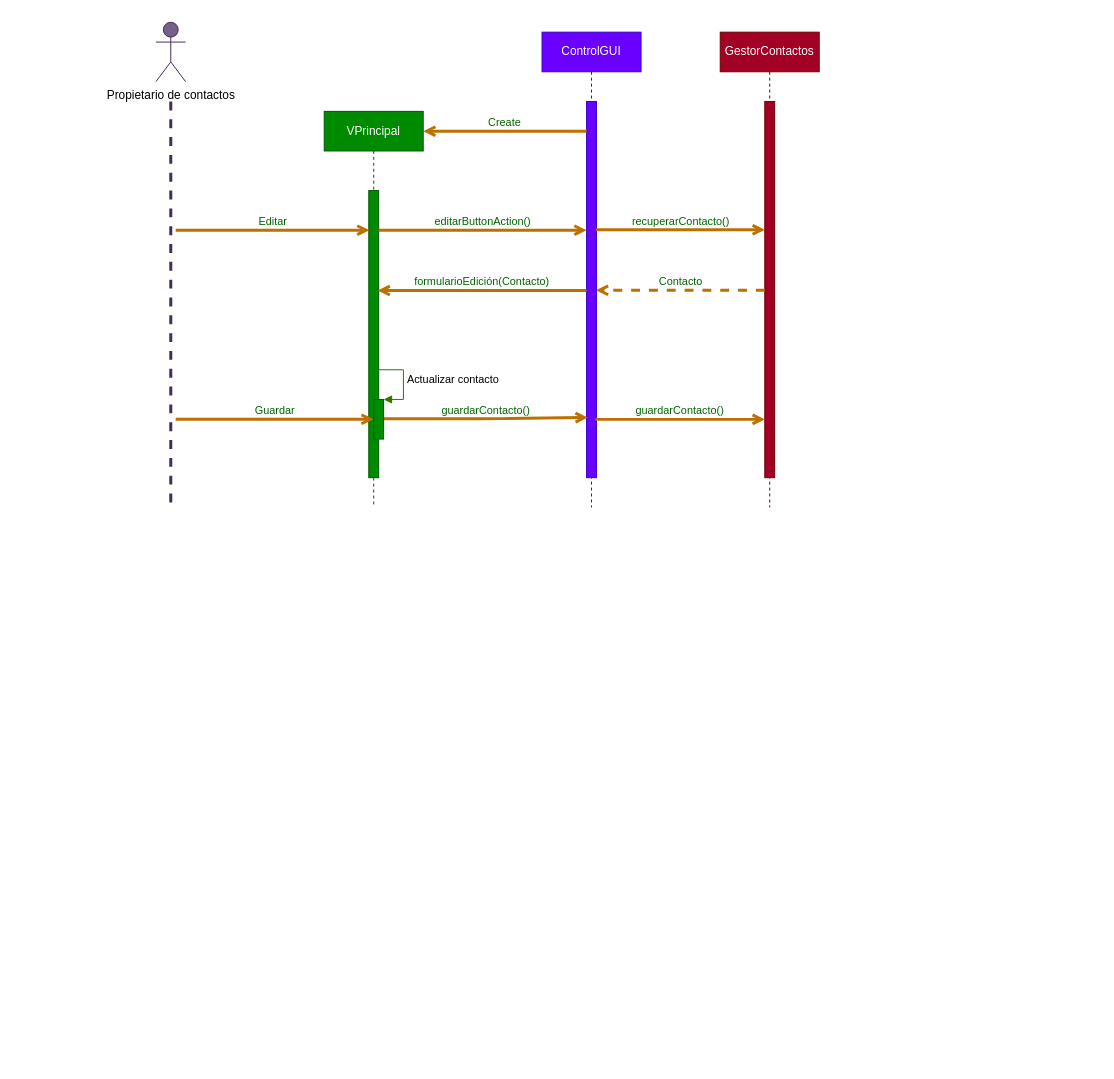
Before: diagramas/diagramas de secuencia/secuenciaC2_Editar.drawio in JuanCarlosGarciaZepeda/SmartScheduler, a draw.io diagram. Source tidied: cells renumbered, new cells numbered last; positions are measured from the earlier drawing's top-left corner, leaving out a move shared by most shapes. Both pictures are drawn from the tidied source at 99%, with x=0, y=0 at pixel (155, 22).
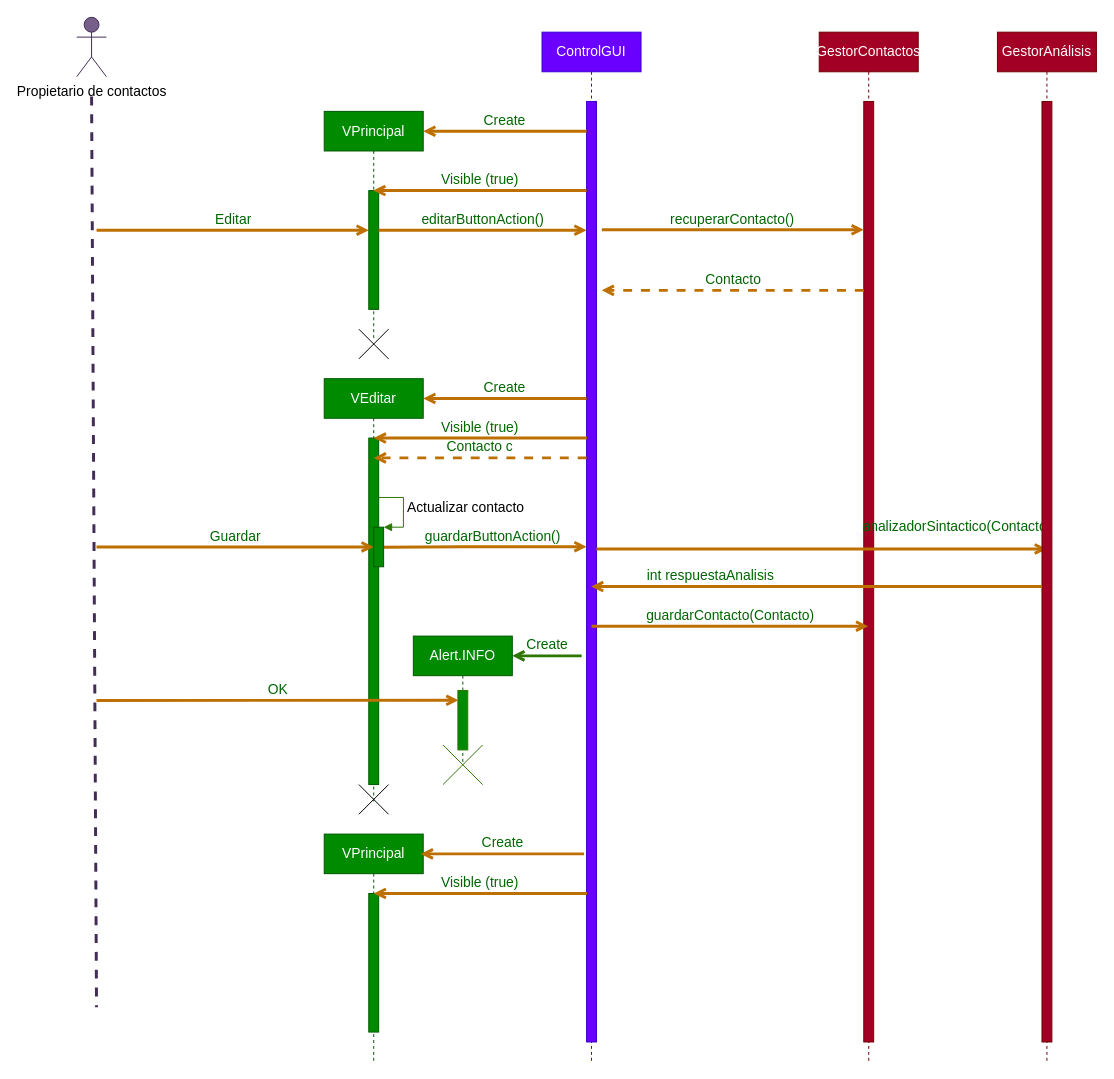
The same page after the edit.

The edit, as a diff of the source:
```diff
@@
-    <mxCell id="2" value="Propietario de contactos" style="shape=umlActor;verticalLabelPosition=bottom;verticalAlign=top;html=1;fillColor=#76608a;strokeColor=#432D57;fontColor=#000000;" parent="1" vertex="1">
-      <mxGeometry width="30" height="60" as="geometry" />
+    <mxCell id="2" value="Propietario de contactos" style="shape=umlActor;verticalLabelPosition=bottom;verticalAlign=top;html=1;fillColor=#76608a;strokeColor=#432D57;fontColor=#000000;fontSize=14;" parent="1" vertex="1">
+      <mxGeometry x="-80" y="-5" width="30" height="60" as="geometry" />
     </mxCell>
-    <mxCell id="3" style="endArrow=none;startArrow=none;endFill=0;startFill=0;endSize=8;html=1;verticalAlign=bottom;labelBackgroundColor=none;strokeWidth=3;fillColor=#76608a;strokeColor=#432D57;dashed=1;" parent="1" edge="1">
+    <mxCell id="3" style="endArrow=none;startArrow=none;endFill=0;startFill=0;endSize=8;html=1;verticalAlign=bottom;labelBackgroundColor=none;strokeWidth=3;fillColor=#76608a;strokeColor=#432D57;dashed=1;fontSize=14;" parent="1" edge="1">
       <mxGeometry relative="1" as="geometry">
-        <mxPoint x="15" y="80" as="sourcePoint" />
-        <mxPoint x="15" y="490" as="targetPoint" />
+        <mxPoint x="-65" y="75" as="sourcePoint" />
+        <mxPoint x="-60" y="995" as="targetPoint" />
       </mxGeometry>
     </mxCell>
-    <mxCell id="4" value="VPrincipal" style="shape=umlLifeline;perimeter=lifelinePerimeter;whiteSpace=wrap;html=1;outlineConnect=0;fillColor=#008a00;strokeColor=#005700;fontColor=#ffffff;" parent="1" vertex="1">
-      <mxGeometry x="170" y="90" width="100" height="400" as="geometry" />
+    <mxCell id="4" value="VPrincipal" style="shape=umlLifeline;perimeter=lifelinePerimeter;whiteSpace=wrap;html=1;outlineConnect=0;fillColor=#008a00;strokeColor=#005700;fontColor=#ffffff;fontSize=14;" parent="1" vertex="1">
+      <mxGeometry x="170" y="90" width="100" height="230" as="geometry" />
     </mxCell>
-    <mxCell id="5" style="html=1;points=[];perimeter=orthogonalPerimeter;fillColor=#008a00;strokeColor=#005700;fontColor=#ffffff;" parent="4" vertex="1">
-      <mxGeometry x="45" y="80" width="10" height="290" as="geometry" />
+    <mxCell id="5" style="html=1;points=[];perimeter=orthogonalPerimeter;fillColor=#008a00;strokeColor=#005700;fontColor=#ffffff;fontSize=14;" parent="4" vertex="1">
+      <mxGeometry x="45" y="80" width="10" height="120" as="geometry" />
     </mxCell>
-    <mxCell id="6" value="ControlGUI" style="shape=umlLifeline;perimeter=lifelinePerimeter;whiteSpace=wrap;html=1;outlineConnect=0;strokeColor=#3700CC;fillColor=#6a00ff;fontColor=#ffffff;" parent="1" vertex="1">
-      <mxGeometry x="390" y="10" width="100" height="480" as="geometry" />
+    <mxCell id="6" value="ControlGUI" style="shape=umlLifeline;perimeter=lifelinePerimeter;whiteSpace=wrap;html=1;outlineConnect=0;strokeColor=#3700CC;fillColor=#6a00ff;fontColor=#ffffff;fontSize=14;" parent="1" vertex="1">
+      <mxGeometry x="390" y="10" width="100" height="1040" as="geometry" />
     </mxCell>
-    <mxCell id="7" style="html=1;points=[];perimeter=orthogonalPerimeter;fillColor=#6a00ff;strokeColor=#3700CC;fontColor=#ffffff;" parent="6" vertex="1">
-      <mxGeometry x="45" y="70" width="10" height="380" as="geometry" />
+    <mxCell id="7" style="html=1;points=[];perimeter=orthogonalPerimeter;fillColor=#6a00ff;strokeColor=#3700CC;fontColor=#ffffff;fontSize=14;" parent="6" vertex="1">
+      <mxGeometry x="45" y="70" width="10" height="950" as="geometry" />
     </mxCell>
-    <mxCell id="8" value="GestorContactos" style="shape=umlLifeline;perimeter=lifelinePerimeter;whiteSpace=wrap;html=1;outlineConnect=0;fillColor=#a20025;strokeColor=#6F0000;fontColor=#ffffff;" parent="1" vertex="1">
-      <mxGeometry x="570" y="10" width="100" height="480" as="geometry" />
+    <mxCell id="8" value="GestorContactos" style="shape=umlLifeline;perimeter=lifelinePerimeter;whiteSpace=wrap;html=1;outlineConnect=0;fillColor=#a20025;strokeColor=#6F0000;fontColor=#ffffff;fontSize=14;" parent="1" vertex="1">
+      <mxGeometry x="670" y="10" width="100" height="1040" as="geometry" />
     </mxCell>
-    <mxCell id="9" style="html=1;points=[];perimeter=orthogonalPerimeter;fillColor=#a20025;strokeColor=#6F0000;fontColor=#ffffff;" parent="8" vertex="1">
-      <mxGeometry x="45" y="70" width="10" height="380" as="geometry" />
+    <mxCell id="9" style="html=1;points=[];perimeter=orthogonalPerimeter;fillColor=#a20025;strokeColor=#6F0000;fontColor=#ffffff;fontSize=14;" parent="8" vertex="1">
+      <mxGeometry x="45" y="70" width="10" height="950" as="geometry" />
     </mxCell>
-    <mxCell id="10" value="Editar" style="html=1;verticalAlign=bottom;labelBackgroundColor=none;endArrow=open;endFill=0;fontColor=#006600;strokeWidth=3;fillColor=#f0a30a;strokeColor=#BD7000;entryX=0.067;entryY=0.138;entryDx=0;entryDy=0;entryPerimeter=0;" parent="1" edge="1" target="5">
+    <mxCell id="10" value="Editar" style="html=1;verticalAlign=bottom;labelBackgroundColor=none;endArrow=open;endFill=0;fontColor=#006600;strokeWidth=3;fillColor=#f0a30a;strokeColor=#BD7000;fontSize=14;" parent="1" edge="1" target="5">
       <mxGeometry relative="1" as="geometry">
-        <mxPoint x="20" y="210" as="sourcePoint" />
+        <mxPoint x="-60" y="210" as="sourcePoint" />
       </mxGeometry>
     </mxCell>
-    <mxCell id="11" value="guardarContacto()" style="html=1;verticalAlign=bottom;labelBackgroundColor=none;endArrow=open;endFill=0;fontColor=#006600;strokeWidth=3;fillColor=#f0a30a;strokeColor=#BD7000;entryX=0.114;entryY=0.84;entryDx=0;entryDy=0;entryPerimeter=0;" parent="1" edge="1" target="7">
-      <mxGeometry relative="1" as="geometry">
-        <mxPoint x="230" y="400.5" as="sourcePoint" />
+    <mxCell id="11" value="guardarButtonAction()" style="html=1;verticalAlign=bottom;labelBackgroundColor=none;endArrow=open;endFill=0;fontColor=#006600;strokeWidth=3;fillColor=#f0a30a;strokeColor=#BD7000;fontSize=14;" parent="1" edge="1">
+      <mxGeometry x="0.07" relative="1" as="geometry">
+        <mxPoint x="230" y="530.2" as="sourcePoint" />
+        <mxPoint x="435" y="529.7" as="targetPoint" />
         <Array as="points">
-          <mxPoint x="340" y="400.5" />
+          <mxPoint x="320" y="529.7" />
         </Array>
       </mxGeometry>
     </mxCell>
-    <mxCell id="12" value="Create" style="html=1;verticalAlign=bottom;labelBackgroundColor=none;endArrow=open;endFill=0;fontColor=#006600;strokeWidth=3;fillColor=#f0a30a;strokeColor=#BD7000;" parent="1" edge="1" source="7">
+    <mxCell id="12" value="Create" style="html=1;verticalAlign=bottom;labelBackgroundColor=none;endArrow=open;endFill=0;fontColor=#006600;strokeWidth=3;fillColor=#f0a30a;strokeColor=#BD7000;fontSize=14;" parent="1" edge="1" source="7">
       <mxGeometry relative="1" as="geometry">
         <mxPoint x="270" y="110" as="targetPoint" />
       </mxGeometry>
     </mxCell>
-    <mxCell id="13" value="formularioEdición(Contacto)" style="html=1;verticalAlign=bottom;labelBackgroundColor=none;endArrow=open;endFill=0;fontColor=#006600;strokeWidth=3;fillColor=#f0a30a;strokeColor=#BD7000;" parent="1" edge="1" source="7">
-      <mxGeometry relative="1" as="geometry">
-        <mxPoint x="224" y="271" as="targetPoint" />
-        <Array as="points">
-          <mxPoint x="360" y="271" />
-        </Array>
-      </mxGeometry>
-    </mxCell>
-    <mxCell id="14" value="recuperarContacto()" style="html=1;verticalAlign=bottom;labelBackgroundColor=none;endArrow=open;endFill=0;fontColor=#006600;strokeWidth=3;fillColor=#f0a30a;strokeColor=#BD7000;exitX=0.95;exitY=0.341;exitDx=0;exitDy=0;exitPerimeter=0;" parent="1" edge="1" source="7" target="9">
-      <mxGeometry relative="1" as="geometry" />
+    <mxCell id="14" value="recuperarContacto()" style="html=1;verticalAlign=bottom;labelBackgroundColor=none;endArrow=open;endFill=0;fontColor=#006600;strokeWidth=3;fillColor=#f0a30a;strokeColor=#BD7000;exitX=0.95;exitY=0.341;exitDx=0;exitDy=0;exitPerimeter=0;fontSize=14;" parent="1" edge="1" target="9">
+      <mxGeometry relative="1" as="geometry">
+        <mxPoint x="450.4" y="209.6" as="sourcePoint" />
+      </mxGeometry>
     </mxCell>
-    <mxCell id="15" value="Guardar" style="html=1;verticalAlign=bottom;labelBackgroundColor=none;endArrow=open;endFill=0;fontColor=#006600;strokeWidth=3;fillColor=#f0a30a;strokeColor=#BD7000;" parent="1" edge="1" target="19">
-      <mxGeometry relative="1" as="geometry">
-        <mxPoint x="20" y="401" as="sourcePoint" />
-      </mxGeometry>
-    </mxCell>
-    <mxCell id="16" value="editarButtonAction()" style="html=1;verticalAlign=bottom;labelBackgroundColor=none;endArrow=open;endFill=0;fontColor=#006600;strokeWidth=3;fillColor=#f0a30a;strokeColor=#BD7000;" parent="1" edge="1" source="5" target="7">
+    <mxCell id="16" value="editarButtonAction()" style="html=1;verticalAlign=bottom;labelBackgroundColor=none;endArrow=open;endFill=0;fontColor=#006600;strokeWidth=3;fillColor=#f0a30a;strokeColor=#BD7000;fontSize=14;" parent="1" edge="1" source="5" target="7">
       <mxGeometry relative="1" as="geometry">
         <Array as="points">
           <mxPoint x="350" y="210" />
         </Array>
       </mxGeometry>
     </mxCell>
-    <mxCell id="17" value="guardarContacto()" style="html=1;verticalAlign=bottom;labelBackgroundColor=none;endArrow=open;endFill=0;fontColor=#006600;strokeWidth=3;fillColor=#f0a30a;strokeColor=#BD7000;exitX=0.914;exitY=0.845;exitDx=0;exitDy=0;exitPerimeter=0;" parent="1" edge="1" source="7" target="9">
-      <mxGeometry relative="1" as="geometry" />
+    <mxCell id="17" value="analizadorSintactico(Contacto)" style="html=1;verticalAlign=bottom;labelBackgroundColor=none;endArrow=open;endFill=0;fontColor=#006600;strokeWidth=3;fillColor=#f0a30a;strokeColor=#BD7000;fontSize=14;" parent="1" edge="1" source="7">
+      <mxGeometry x="0.6" y="12" relative="1" as="geometry">
+        <mxPoint x="900" y="532" as="targetPoint" />
+      </mxGeometry>
     </mxCell>
-    <mxCell id="18" value="Contacto" style="html=1;verticalAlign=bottom;labelBackgroundColor=none;endArrow=open;endFill=0;fontColor=#006600;strokeWidth=3;fillColor=#f0a30a;strokeColor=#BD7000;dashed=1;entryX=0.948;entryY=0.502;entryDx=0;entryDy=0;entryPerimeter=0;" parent="1" edge="1" source="9" target="7">
-      <mxGeometry relative="1" as="geometry" />
+    <mxCell id="18" value="Contacto" style="html=1;verticalAlign=bottom;labelBackgroundColor=none;endArrow=open;endFill=0;fontColor=#006600;strokeWidth=3;fillColor=#f0a30a;strokeColor=#BD7000;dashed=1;entryX=0.948;entryY=0.502;entryDx=0;entryDy=0;entryPerimeter=0;fontSize=14;" parent="1" edge="1" source="9">
+      <mxGeometry relative="1" as="geometry">
+        <mxPoint x="450.3" y="270.8" as="targetPoint" />
+      </mxGeometry>
     </mxCell>
+    <mxCell id="20" value="Actualizar contacto" style="edgeStyle=orthogonalEdgeStyle;html=1;align=left;spacingLeft=2;endArrow=block;rounded=0;entryX=1;entryY=0;fillColor=#60a917;strokeColor=#2D7600;shadow=0;fontColor=#000000;labelBackgroundColor=#ffffff;fontSize=14;" parent="1" edge="1" target="19">
+      <mxGeometry relative="1" as="geometry">
+        <mxPoint x="220" y="480" as="sourcePoint" />
+        <Array as="points">
+          <mxPoint x="250" y="480" />
+          <mxPoint x="250" y="510" />
+        </Array>
+      </mxGeometry>
+    </mxCell>
+    <mxCell id="21" value="VEditar" style="shape=umlLifeline;perimeter=lifelinePerimeter;whiteSpace=wrap;html=1;fillColor=#008a00;strokeColor=#005700;fontColor=#ffffff;fontSize=14;" parent="1" vertex="1">
+      <mxGeometry x="170" y="360" width="100" height="430" as="geometry" />
+    </mxCell>
+    <mxCell id="22" style="html=1;perimeter=orthogonalPerimeter;fillColor=#008a00;strokeColor=#005700;fontColor=#ffffff;fontSize=14;" parent="21" vertex="1">
+      <mxGeometry x="45" y="60" width="10" height="350" as="geometry" />
+    </mxCell>
+    <mxCell id="23" value="Contacto c" style="html=1;verticalAlign=bottom;labelBackgroundColor=none;endArrow=open;endFill=0;fontColor=#006600;strokeWidth=3;fillColor=#f0a30a;strokeColor=#BD7000;dashed=1;fontSize=14;" parent="1" edge="1">
+      <mxGeometry relative="1" as="geometry">
+        <mxPoint x="435" y="440" as="sourcePoint" />
+        <mxPoint x="220" y="440" as="targetPoint" />
+        <Array as="points">
+          <mxPoint x="380" y="440" />
+        </Array>
+      </mxGeometry>
+    </mxCell>
+    <mxCell id="24" value="Create" style="html=1;verticalAlign=bottom;labelBackgroundColor=none;endArrow=open;endFill=0;fontColor=#006600;strokeWidth=3;fillColor=#f0a30a;strokeColor=#BD7000;fontSize=14;" parent="1" edge="1">
+      <mxGeometry relative="1" as="geometry">
+        <mxPoint x="435" y="380" as="sourcePoint" />
+        <mxPoint x="270" y="380" as="targetPoint" />
+      </mxGeometry>
+    </mxCell>
+    <mxCell id="15" value="Guardar" style="html=1;verticalAlign=bottom;labelBackgroundColor=none;endArrow=open;endFill=0;fontColor=#006600;strokeWidth=3;fillColor=#f0a30a;strokeColor=#BD7000;fontSize=14;" parent="1" edge="1">
+      <mxGeometry relative="1" as="geometry">
+        <mxPoint x="-60" y="530" as="sourcePoint" />
+        <mxPoint x="220" y="530" as="targetPoint" />
+      </mxGeometry>
+    </mxCell>
-    <mxCell id="19" style="html=1;points=[];perimeter=orthogonalPerimeter;fillColor=#008a00;strokeColor=#005700;shadow=0;fontColor=#ffffff;labelBackgroundColor=#ffffff;" parent="1" vertex="1">
-      <mxGeometry x="220" y="381" width="10" height="40" as="geometry" />
+    <mxCell id="19" style="html=1;points=[];perimeter=orthogonalPerimeter;fillColor=#008a00;strokeColor=#005700;shadow=0;fontColor=#ffffff;labelBackgroundColor=#ffffff;fontSize=14;" parent="1" vertex="1">
+      <mxGeometry x="220" y="510" width="10" height="40" as="geometry" />
     </mxCell>
-    <mxCell id="20" value="Actualizar contacto" style="edgeStyle=orthogonalEdgeStyle;html=1;align=left;spacingLeft=2;endArrow=block;rounded=0;entryX=1;entryY=0;fillColor=#60a917;strokeColor=#2D7600;shadow=0;fontColor=#000000;labelBackgroundColor=#ffffff;" parent="1" edge="1" target="19">
-      <mxGeometry relative="1" as="geometry">
-        <mxPoint x="220" y="351" as="sourcePoint" />
-        <Array as="points">
-          <mxPoint x="250" y="351" />
-          <mxPoint x="250" y="381" />
-        </Array>
-      </mxGeometry>
-    </mxCell>
+    <mxCell id="25" style="shape=umlDestroy;strokeColor=#000000;fontSize=14;" parent="1" vertex="1">
+      <mxGeometry x="205" y="770" width="30" height="30" as="geometry" />
+    </mxCell>
+    <mxCell id="26" style="shape=umlDestroy;strokeColor=#000000;fontSize=14;" parent="1" vertex="1">
+      <mxGeometry x="205" y="310" width="30" height="30" as="geometry" />
+    </mxCell>
+    <mxCell id="27" value="GestorAnálisis" style="shape=umlLifeline;perimeter=lifelinePerimeter;whiteSpace=wrap;html=1;fillColor=#a20025;strokeColor=#6F0000;fontColor=#ffffff;fontSize=14;" parent="1" vertex="1">
+      <mxGeometry x="850" y="10" width="100" height="1040" as="geometry" />
+    </mxCell>
+    <mxCell id="28" style="html=1;perimeter=orthogonalPerimeter;fillColor=#a20025;strokeColor=#6F0000;fontColor=#ffffff;fontSize=14;" parent="27" vertex="1">
+      <mxGeometry x="45" y="70" width="10" height="950" as="geometry" />
+    </mxCell>
+    <mxCell id="29" value="int respuestaAnalisis" style="html=1;verticalAlign=bottom;labelBackgroundColor=none;endArrow=open;endFill=0;fontColor=#006600;strokeWidth=3;fillColor=#f0a30a;strokeColor=#BD7000;fontSize=14;" parent="1" edge="1" target="6">
+      <mxGeometry x="0.47" relative="1" as="geometry">
+        <mxPoint x="895" y="570" as="sourcePoint" />
+      </mxGeometry>
+    </mxCell>
+    <mxCell id="30" value="guardarContacto(Contacto)" style="html=1;verticalAlign=bottom;labelBackgroundColor=none;endArrow=open;endFill=0;fontColor=#006600;strokeWidth=3;fillColor=#f0a30a;strokeColor=#BD7000;exitX=0.95;exitY=0.341;exitDx=0;exitDy=0;exitPerimeter=0;fontSize=14;" parent="1" edge="1" target="8">
+      <mxGeometry relative="1" as="geometry">
+        <mxPoint x="440" y="610" as="sourcePoint" />
+      </mxGeometry>
+    </mxCell>
+    <mxCell id="31" value="VPrincipal" style="shape=umlLifeline;perimeter=lifelinePerimeter;whiteSpace=wrap;html=1;fillColor=#008a00;strokeColor=#005700;fontColor=#ffffff;fontSize=14;" parent="1" vertex="1">
+      <mxGeometry x="170" y="820" width="100" height="230" as="geometry" />
+    </mxCell>
+    <mxCell id="32" style="html=1;perimeter=orthogonalPerimeter;fillColor=#008a00;strokeColor=#005700;fontColor=#ffffff;fontSize=14;" parent="31" vertex="1">
+      <mxGeometry x="45" y="60" width="10" height="140" as="geometry" />
+    </mxCell>
+    <mxCell id="33" value="Create" style="html=1;verticalAlign=bottom;labelBackgroundColor=none;endArrow=open;endFill=0;fontColor=#006600;strokeWidth=3;fillColor=#f0a30a;strokeColor=#BD7000;fontSize=14;" parent="1" edge="1">
+      <mxGeometry relative="1" as="geometry">
+        <mxPoint x="432.5" y="840" as="sourcePoint" />
+        <mxPoint x="267.5" y="840" as="targetPoint" />
+      </mxGeometry>
+    </mxCell>
+    <mxCell id="34" value="Alert.INFO" style="shape=umlLifeline;perimeter=lifelinePerimeter;whiteSpace=wrap;html=1;fontColor=#ffffff;strokeColor=#005700;fillColor=#008A00;fontSize=14;" parent="1" vertex="1">
+      <mxGeometry x="260" y="620" width="100" height="130" as="geometry" />
+    </mxCell>
+    <mxCell id="35" style="html=1;points=[];perimeter=orthogonalPerimeter;strokeColor=#2D7600;fontColor=#ffffff;fillColor=#008A00;fontSize=14;" parent="34" vertex="1">
+      <mxGeometry x="45" y="55" width="10" height="60" as="geometry" />
+    </mxCell>
+    <mxCell id="36" value="Create" style="html=1;verticalAlign=bottom;labelBackgroundColor=none;endArrow=open;endFill=0;fontColor=#006600;strokeWidth=3;fillColor=#60a917;strokeColor=#2D7600;fontSize=14;" parent="1" edge="1">
+      <mxGeometry relative="1" as="geometry">
+        <mxPoint x="430" y="640" as="sourcePoint" />
+        <mxPoint x="360" y="640" as="targetPoint" />
+      </mxGeometry>
+    </mxCell>
+    <mxCell id="37" style="shape=umlDestroy;dashed=0;fillColor=#60a917;strokeColor=#2D7600;fontColor=#ffffff;fontSize=14;" parent="1" vertex="1">
+      <mxGeometry x="290" y="730" width="40" height="40" as="geometry" />
+    </mxCell>
+    <mxCell id="38" value="OK" style="html=1;verticalAlign=bottom;labelBackgroundColor=none;endArrow=open;endFill=0;fontColor=#006600;strokeWidth=3;fillColor=#f0a30a;strokeColor=#BD7000;entryX=0.057;entryY=0.165;entryDx=0;entryDy=0;entryPerimeter=0;fontSize=14;" parent="1" edge="1" target="35">
+      <mxGeometry relative="1" as="geometry">
+        <mxPoint x="-60" y="685" as="sourcePoint" />
+      </mxGeometry>
+    </mxCell>
+    <mxCell id="39" value="Visible (true)" style="html=1;verticalAlign=bottom;labelBackgroundColor=none;endArrow=open;endFill=0;fontColor=#006600;strokeWidth=3;fillColor=#f0a30a;strokeColor=#BD7000;fontSize=14;" parent="1" edge="1" target="4">
+      <mxGeometry relative="1" as="geometry">
+        <mxPoint x="435" y="170" as="sourcePoint" />
+      </mxGeometry>
+    </mxCell>
+    <mxCell id="40" value="Visible (true)" style="html=1;verticalAlign=bottom;labelBackgroundColor=none;endArrow=open;endFill=0;fontColor=#006600;strokeWidth=3;fillColor=#f0a30a;strokeColor=#BD7000;fontSize=14;" parent="1" edge="1">
+      <mxGeometry relative="1" as="geometry">
+        <mxPoint x="435.3" y="420" as="sourcePoint" />
+        <mxPoint x="220" y="420" as="targetPoint" />
+      </mxGeometry>
+    </mxCell>
+    <mxCell id="41" value="Visible (true)" style="html=1;verticalAlign=bottom;labelBackgroundColor=none;endArrow=open;endFill=0;fontColor=#006600;strokeWidth=3;fillColor=#f0a30a;strokeColor=#BD7000;fontSize=14;" parent="1" edge="1">
+      <mxGeometry relative="1" as="geometry">
+        <mxPoint x="435.3" y="880" as="sourcePoint" />
+        <mxPoint x="220" y="880" as="targetPoint" />
+      </mxGeometry>
+    </mxCell>
```
